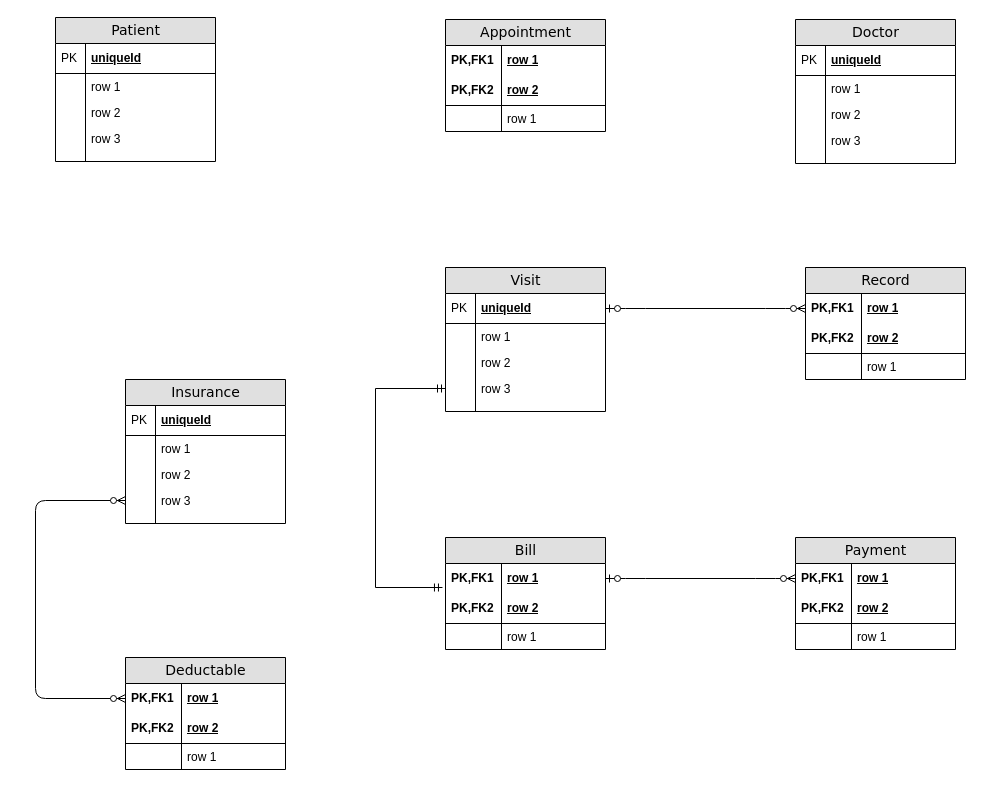
The draw.io diagram Untitled Diagram.drawio in mushyshah/Project-X, before the edit. Source tidied: cells renumbered, new cells numbered last; positions are measured from the earlier drawing's top-left corner, leaving out a move shared by most shapes. Both pictures are drawn from the tidied source at 100%, with x=0, y=0 at pixel (35, 17).
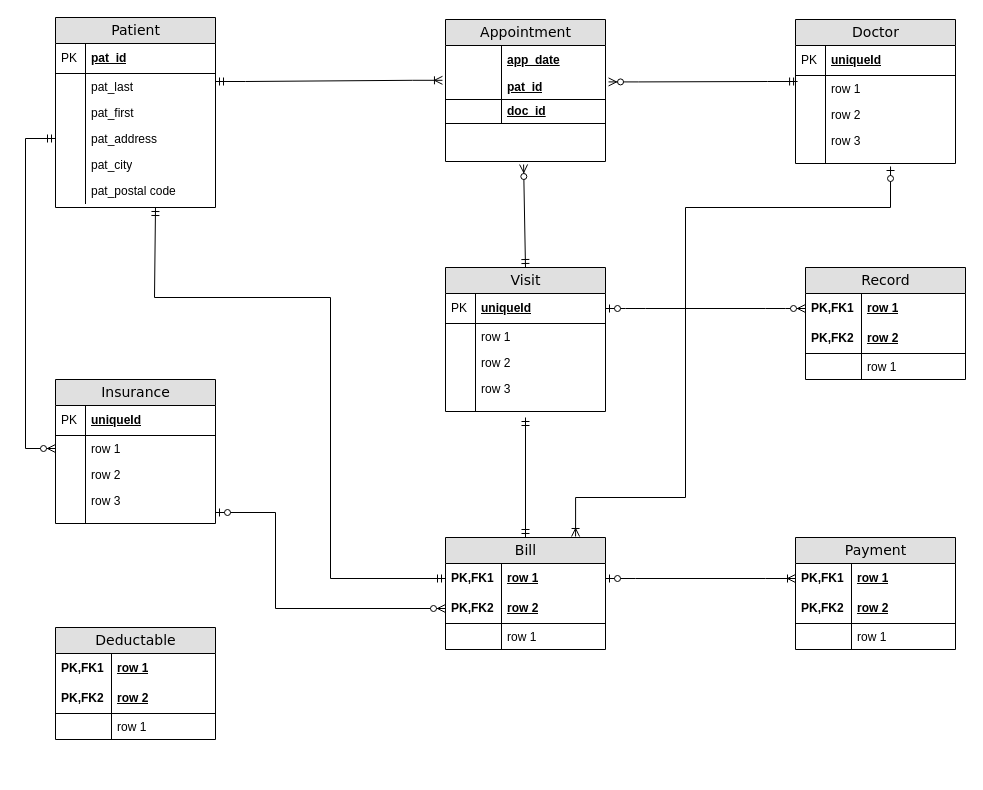
Above is the later version.

The change refers to these unchanged cells:
```xml
<mxCell id="13" value="row 1" style="shape=partialRectangle;top=0;left=0;right=0;bottom=0;html=1;align=left;verticalAlign=top;fillColor=none;spacingLeft=34;spacingRight=4;whiteSpace=wrap;overflow=hidden;points=[[0,0.5],[1,0.5]];portConstraint=eastwest;" parent="10" vertex="1">
  <mxGeometry y="56" width="160" height="26" as="geometry" />
</mxCell>
<mxCell id="19" style="shape=partialRectangle;top=0;left=0;right=0;bottom=0;html=1;align=left;verticalAlign=top;fillColor=none;spacingLeft=34;spacingRight=4;whiteSpace=wrap;overflow=hidden;points=[[0,0.5],[1,0.5]];portConstraint=eastwest;" parent="10" vertex="1">
  <mxGeometry y="134" width="160" height="10" as="geometry" />
</mxCell>
<mxCell id="24" value="row 1" style="shape=partialRectangle;top=0;left=0;right=0;bottom=0;html=1;align=left;verticalAlign=top;fillColor=none;spacingLeft=34;spacingRight=4;whiteSpace=wrap;overflow=hidden;points=[[0,0.5],[1,0.5]];portConstraint=eastwest;" parent="21" vertex="1">
  <mxGeometry y="56" width="160" height="26" as="geometry" />
</mxCell>
<mxCell id="28" value="row 3" style="shape=partialRectangle;top=0;left=0;right=0;bottom=0;html=1;align=left;verticalAlign=top;fillColor=none;spacingLeft=34;spacingRight=4;whiteSpace=wrap;overflow=hidden;points=[[0,0.5],[1,0.5]];portConstraint=eastwest;" parent="21" vertex="1">
  <mxGeometry y="108" width="160" height="26" as="geometry" />
</mxCell>
<mxCell id="32" value="Visit" style="swimlane;html=1;fontStyle=0;horizontal=1;startSize=26;fillColor=#e0e0e0;swimlaneFillColor=#ffffff;align=center;rounded=0;shadow=0;comic=0;labelBackgroundColor=none;strokeWidth=1;fontFamily=Verdana;fontSize=14;" parent="1" vertex="1">
  <mxGeometry x="410" y="250" width="160" height="144" as="geometry" />
</mxCell>
<mxCell id="39" value="row 3" style="shape=partialRectangle;top=0;left=0;right=0;bottom=0;html=1;align=left;verticalAlign=top;fillColor=none;spacingLeft=34;spacingRight=4;whiteSpace=wrap;overflow=hidden;points=[[0,0.5],[1,0.5]];portConstraint=eastwest;" parent="32" vertex="1">
  <mxGeometry y="108" width="160" height="26" as="geometry" />
</mxCell>
<mxCell id="41" style="shape=partialRectangle;top=0;left=0;right=0;bottom=0;html=1;align=left;verticalAlign=top;fillColor=none;spacingLeft=34;spacingRight=4;whiteSpace=wrap;overflow=hidden;points=[[0,0.5],[1,0.5]];portConstraint=eastwest;" parent="32" vertex="1">
  <mxGeometry y="134" width="160" height="10" as="geometry" />
</mxCell>
<mxCell id="51" value="row 1" style="shape=partialRectangle;top=0;left=0;right=0;bottom=0;html=1;align=left;verticalAlign=middle;fillColor=none;spacingLeft=60;spacingRight=4;whiteSpace=wrap;overflow=hidden;points=[[0,0.5],[1,0.5]];portConstraint=eastwest;fontStyle=5;" parent="50" vertex="1">
  <mxGeometry y="26" width="160" height="30" as="geometry" />
</mxCell>
<mxCell id="60" value="row 1" style="shape=partialRectangle;top=0;left=0;right=0;bottom=0;html=1;align=left;verticalAlign=middle;fillColor=none;spacingLeft=60;spacingRight=4;whiteSpace=wrap;overflow=hidden;points=[[0,0.5],[1,0.5]];portConstraint=eastwest;fontStyle=5;" parent="59" vertex="1">
  <mxGeometry y="26" width="160" height="30" as="geometry" />
</mxCell>
<mxCell id="66" value="Bill" style="swimlane;html=1;fontStyle=0;horizontal=1;startSize=26;fillColor=#e0e0e0;swimlaneFillColor=#ffffff;align=center;rounded=0;shadow=0;comic=0;labelBackgroundColor=none;strokeWidth=1;fontFamily=Verdana;fontSize=14;" parent="1" vertex="1">
  <mxGeometry x="410" y="520" width="160" height="112" as="geometry" />
</mxCell>
<mxCell id="67" value="row 1" style="shape=partialRectangle;top=0;left=0;right=0;bottom=0;html=1;align=left;verticalAlign=middle;fillColor=none;spacingLeft=60;spacingRight=4;whiteSpace=wrap;overflow=hidden;points=[[0,0.5],[1,0.5]];portConstraint=eastwest;fontStyle=5;" parent="66" vertex="1">
  <mxGeometry y="26" width="160" height="30" as="geometry" />
</mxCell>
<mxCell id="69" value="row 2" style="shape=partialRectangle;top=0;left=0;right=0;bottom=1;html=1;align=left;verticalAlign=middle;fillColor=none;spacingLeft=60;spacingRight=4;whiteSpace=wrap;overflow=hidden;points=[[0,0.5],[1,0.5]];portConstraint=eastwest;fontStyle=5;" parent="66" vertex="1">
  <mxGeometry y="56" width="160" height="30" as="geometry" />
</mxCell>
```

The edit, as a diff of the source:
```diff
@@
-    <mxCell id="2" style="edgeStyle=orthogonalEdgeStyle;fontSize=12;html=1;endArrow=ERmandOne;startArrow=ERmandOne;rounded=0;entryX=0;entryY=0.5;entryDx=0;entryDy=0;exitX=-0.019;exitY=0.8;exitDx=0;exitDy=0;exitPerimeter=0;" parent="1" edge="1" source="67" target="39">
-      <mxGeometry relative="1" as="geometry">
-        <Array as="points">
-          <mxPoint x="340" y="570" />
-          <mxPoint x="340" y="371" />
-        </Array>
-      </mxGeometry>
-    </mxCell>
     <mxCell id="3" value="Appointment" style="swimlane;html=1;fontStyle=0;horizontal=1;startSize=26;fillColor=#e0e0e0;swimlaneFillColor=#ffffff;align=center;rounded=0;shadow=0;comic=0;labelBackgroundColor=none;strokeWidth=1;fontFamily=Verdana;fontSize=14;" parent="1" vertex="1">
-      <mxGeometry x="410" y="2" width="160" height="112" as="geometry" />
+      <mxGeometry x="410" y="2" width="160" height="142" as="geometry" />
     </mxCell>
-    <mxCell id="4" value="row 1" style="shape=partialRectangle;top=0;left=0;right=0;bottom=0;html=1;align=left;verticalAlign=middle;fillColor=none;spacingLeft=60;spacingRight=4;whiteSpace=wrap;overflow=hidden;fontStyle=5;" parent="3" vertex="1">
+    <mxCell id="4" value="app_date" style="shape=partialRectangle;top=0;left=0;right=0;bottom=0;html=1;align=left;verticalAlign=middle;fillColor=none;spacingLeft=60;spacingRight=4;whiteSpace=wrap;overflow=hidden;fontStyle=5;" parent="3" vertex="1">
       <mxGeometry y="26" width="160" height="30" as="geometry" />
     </mxCell>
-    <mxCell id="5" value="PK,FK1" style="shape=partialRectangle;fontStyle=1;top=0;left=0;bottom=0;html=1;fillColor=none;align=left;verticalAlign=middle;spacingLeft=4;spacingRight=4;whiteSpace=wrap;overflow=hidden;" parent="4" vertex="1">
+    <mxCell id="5" style="shape=partialRectangle;fontStyle=1;top=0;left=0;bottom=0;html=1;fillColor=none;align=left;verticalAlign=middle;spacingLeft=4;spacingRight=4;whiteSpace=wrap;overflow=hidden;" parent="4" vertex="1">
       <mxGeometry width="56" height="30" as="geometry" />
     </mxCell>
-    <mxCell id="6" value="row 2" style="shape=partialRectangle;top=0;left=0;right=0;bottom=1;html=1;align=left;verticalAlign=middle;fillColor=none;spacingLeft=60;spacingRight=4;whiteSpace=wrap;overflow=hidden;points=[[0,0.5],[1,0.5]];portConstraint=eastwest;fontStyle=5;" parent="3" vertex="1">
-      <mxGeometry y="56" width="160" height="30" as="geometry" />
+    <mxCell id="6" value="pat_id" style="shape=partialRectangle;top=0;left=0;right=0;bottom=1;html=1;align=left;verticalAlign=middle;fillColor=none;spacingLeft=60;spacingRight=4;whiteSpace=wrap;overflow=hidden;points=[[0,0.5],[1,0.5]];portConstraint=eastwest;fontStyle=5;" parent="3" vertex="1">
+      <mxGeometry y="56" width="160" height="24" as="geometry" />
     </mxCell>
-    <mxCell id="7" value="PK,FK2" style="shape=partialRectangle;fontStyle=1;top=0;left=0;bottom=0;html=1;fillColor=none;align=left;verticalAlign=middle;spacingLeft=4;spacingRight=4;whiteSpace=wrap;overflow=hidden;" parent="6" vertex="1">
-      <mxGeometry width="56" height="30" as="geometry" />
+    <mxCell id="7" style="shape=partialRectangle;fontStyle=1;top=0;left=0;bottom=0;html=1;fillColor=none;align=left;verticalAlign=middle;spacingLeft=4;spacingRight=4;whiteSpace=wrap;overflow=hidden;" parent="6" vertex="1">
+      <mxGeometry width="56" height="24" as="geometry" />
     </mxCell>
-    <mxCell id="8" value="row 1" style="shape=partialRectangle;top=0;left=0;right=0;bottom=0;html=1;align=left;verticalAlign=top;fillColor=none;spacingLeft=60;spacingRight=4;whiteSpace=wrap;overflow=hidden;" parent="3" vertex="1">
-      <mxGeometry y="86" width="160" height="26" as="geometry" />
-    </mxCell>
-    <mxCell id="9" style="shape=partialRectangle;top=0;left=0;bottom=0;html=1;fillColor=none;align=left;verticalAlign=top;spacingLeft=4;spacingRight=4;whiteSpace=wrap;overflow=hidden;" parent="8" vertex="1">
-      <mxGeometry width="56" height="26" as="geometry" />
-    </mxCell>
+    <mxCell id="85" value="doc_id" style="shape=partialRectangle;top=0;left=0;right=0;bottom=1;html=1;align=left;verticalAlign=middle;fillColor=none;spacingLeft=60;spacingRight=4;whiteSpace=wrap;overflow=hidden;fontStyle=5;" parent="3" vertex="1">
+      <mxGeometry y="80" width="160" height="24" as="geometry" />
+    </mxCell>
+    <mxCell id="86" style="shape=partialRectangle;fontStyle=1;top=0;left=0;bottom=0;html=1;fillColor=none;align=left;verticalAlign=middle;spacingLeft=4;spacingRight=4;whiteSpace=wrap;overflow=hidden;" parent="85" vertex="1">
+      <mxGeometry width="56" height="24" as="geometry" />
+    </mxCell>
@@
     <mxCell id="21" value="Insurance" style="swimlane;html=1;fontStyle=0;horizontal=1;startSize=26;fillColor=#e0e0e0;swimlaneFillColor=#ffffff;align=center;rounded=0;shadow=0;comic=0;labelBackgroundColor=none;strokeWidth=1;fontFamily=Verdana;fontSize=14;" parent="1" vertex="1">
-      <mxGeometry x="90" y="362" width="160" height="144" as="geometry" />
+      <mxGeometry x="20" y="362" width="160" height="144" as="geometry" />
     </mxCell>
@@
     <mxCell id="50" value="Deductable" style="swimlane;html=1;fontStyle=0;horizontal=1;startSize=26;fillColor=#e0e0e0;swimlaneFillColor=#ffffff;align=center;rounded=0;shadow=0;comic=0;labelBackgroundColor=none;strokeWidth=1;fontFamily=Verdana;fontSize=14;" parent="1" vertex="1">
-      <mxGeometry x="90" y="640" width="160" height="112" as="geometry" />
+      <mxGeometry x="20" y="610" width="160" height="112" as="geometry" />
     </mxCell>
@@
-    <mxCell id="57" style="edgeStyle=orthogonalEdgeStyle;html=1;endArrow=ERzeroToMany;endFill=1;startArrow=ERzeroToMany;labelBackgroundColor=none;fontFamily=Verdana;fontSize=14;entryX=0;entryY=0.5;exitX=0;exitY=0.5;" parent="1" edge="1" source="51" target="28">
-      <mxGeometry relative="1" as="geometry">
-        <Array as="points">
-          <mxPoint y="681" />
-          <mxPoint y="483" />
-        </Array>
-      </mxGeometry>
-    </mxCell>
@@
-    <mxCell id="73" style="edgeStyle=entityRelationEdgeStyle;html=1;endArrow=ERzeroToMany;startArrow=ERzeroToOne;labelBackgroundColor=none;fontFamily=Verdana;fontSize=14;entryX=0;entryY=0.5;exitX=1;exitY=0.5;exitDx=0;exitDy=0;" parent="1" edge="1" source="67" target="60">
-      <mxGeometry relative="1" as="geometry" />
-    </mxCell>
     <mxCell id="74" value="Patient" style="swimlane;html=1;fontStyle=0;horizontal=1;startSize=26;fillColor=#e0e0e0;swimlaneFillColor=#ffffff;align=center;rounded=0;shadow=0;comic=0;labelBackgroundColor=none;strokeWidth=1;fontFamily=Verdana;fontSize=14;" parent="1" vertex="1">
-      <mxGeometry x="20" width="160" height="144" as="geometry" />
+      <mxGeometry x="20" width="160" height="190" as="geometry" />
     </mxCell>
-    <mxCell id="75" value="uniqueId" style="shape=partialRectangle;top=0;left=0;right=0;bottom=1;html=1;align=left;verticalAlign=middle;fillColor=none;spacingLeft=34;spacingRight=4;whiteSpace=wrap;overflow=hidden;fontStyle=5;" parent="74" vertex="1">
+    <mxCell id="75" value="pat_id" style="shape=partialRectangle;top=0;left=0;right=0;bottom=1;html=1;align=left;verticalAlign=middle;fillColor=none;spacingLeft=34;spacingRight=4;whiteSpace=wrap;overflow=hidden;fontStyle=5;" parent="74" vertex="1">
       <mxGeometry y="26" width="160" height="30" as="geometry" />
     </mxCell>
@@
-    <mxCell id="77" value="row 1" style="shape=partialRectangle;top=0;left=0;right=0;bottom=0;html=1;align=left;verticalAlign=top;fillColor=none;spacingLeft=34;spacingRight=4;whiteSpace=wrap;overflow=hidden;" parent="74" vertex="1">
+    <mxCell id="77" value="pat_last" style="shape=partialRectangle;top=0;left=0;right=0;bottom=0;html=1;align=left;verticalAlign=top;fillColor=none;spacingLeft=34;spacingRight=4;whiteSpace=wrap;overflow=hidden;" parent="74" vertex="1">
       <mxGeometry y="56" width="160" height="26" as="geometry" />
     </mxCell>
@@
-    <mxCell id="79" value="row 2" style="shape=partialRectangle;top=0;left=0;right=0;bottom=0;html=1;align=left;verticalAlign=top;fillColor=none;spacingLeft=34;spacingRight=4;whiteSpace=wrap;overflow=hidden;" parent="74" vertex="1">
+    <mxCell id="79" value="pat_first" style="shape=partialRectangle;top=0;left=0;right=0;bottom=0;html=1;align=left;verticalAlign=top;fillColor=none;spacingLeft=34;spacingRight=4;whiteSpace=wrap;overflow=hidden;" parent="74" vertex="1">
       <mxGeometry y="82" width="160" height="26" as="geometry" />
     </mxCell>
@@
-    <mxCell id="81" value="row 3" style="shape=partialRectangle;top=0;left=0;right=0;bottom=0;html=1;align=left;verticalAlign=top;fillColor=none;spacingLeft=34;spacingRight=4;whiteSpace=wrap;overflow=hidden;points=[[0,0.5],[1,0.5]];portConstraint=eastwest;" parent="74" vertex="1">
+    <mxCell id="81" value="pat_address" style="shape=partialRectangle;top=0;left=0;right=0;bottom=0;html=1;align=left;verticalAlign=top;fillColor=none;spacingLeft=34;spacingRight=4;whiteSpace=wrap;overflow=hidden;points=[[0,0.5],[1,0.5]];portConstraint=eastwest;" parent="74" vertex="1">
       <mxGeometry y="108" width="160" height="26" as="geometry" />
     </mxCell>
@@
-    <mxCell id="83" style="shape=partialRectangle;top=0;left=0;right=0;bottom=0;html=1;align=left;verticalAlign=top;fillColor=none;spacingLeft=34;spacingRight=4;whiteSpace=wrap;overflow=hidden;" parent="74" vertex="1">
-      <mxGeometry y="134" width="160" height="10" as="geometry" />
+    <mxCell id="83" value="pat_city" style="shape=partialRectangle;top=0;left=0;right=0;bottom=0;html=1;align=left;verticalAlign=top;fillColor=none;spacingLeft=34;spacingRight=4;whiteSpace=wrap;overflow=hidden;" parent="74" vertex="1">
+      <mxGeometry y="134" width="160" height="26" as="geometry" />
     </mxCell>
     <mxCell id="84" style="shape=partialRectangle;top=0;left=0;bottom=0;html=1;fillColor=none;align=left;verticalAlign=top;spacingLeft=4;spacingRight=4;whiteSpace=wrap;overflow=hidden;" parent="83" vertex="1">
-      <mxGeometry width="30" height="10" as="geometry" />
+      <mxGeometry width="30" height="26" as="geometry" />
     </mxCell>
+    <mxCell id="87" value="pat_postal code" style="shape=partialRectangle;top=0;left=0;right=0;bottom=0;html=1;align=left;verticalAlign=top;fillColor=none;spacingLeft=34;spacingRight=4;whiteSpace=wrap;overflow=hidden;points=[[0,0.5],[1,0.5]];portConstraint=eastwest;" parent="74" vertex="1">
+      <mxGeometry y="160" width="160" height="26" as="geometry" />
+    </mxCell>
+    <mxCell id="88" style="shape=partialRectangle;top=0;left=0;bottom=0;html=1;fillColor=none;align=left;verticalAlign=top;spacingLeft=4;spacingRight=4;whiteSpace=wrap;overflow=hidden;" parent="87" vertex="1">
+      <mxGeometry width="30" height="26" as="geometry" />
+    </mxCell>
+    <mxCell id="89" style="fontSize=12;html=1;endArrow=ERzeroToMany;startArrow=ERmandOne;rounded=0;entryX=0;entryY=0.5;entryDx=0;entryDy=0;edgeStyle=orthogonalEdgeStyle;exitX=0;exitY=0.5;exitDx=0;exitDy=0;" parent="1" edge="1" source="81" target="24">
+      <mxGeometry relative="1" as="geometry">
+        <Array as="points">
+          <mxPoint x="-10" y="121" />
+          <mxPoint x="-10" y="431" />
+        </Array>
+      </mxGeometry>
+    </mxCell>
+    <mxCell id="90" style="fontSize=12;html=1;endArrow=ERmandOne;startArrow=ERmandOne;rounded=0;exitX=0.5;exitY=0;exitDx=0;exitDy=0;entryX=0.5;entryY=1.6;entryDx=0;entryDy=0;entryPerimeter=0;" parent="1" edge="1" source="66" target="41">
+      <mxGeometry relative="1" as="geometry" />
+    </mxCell>
+    <mxCell id="91" style="fontSize=12;html=1;endArrow=ERmandOne;startArrow=ERmandOne;rounded=0;exitX=0;exitY=0.5;exitDx=0;exitDy=0;edgeStyle=orthogonalEdgeStyle;entryX=0.625;entryY=1.154;entryDx=0;entryDy=0;entryPerimeter=0;" parent="1" edge="1" source="67" target="87">
+      <mxGeometry relative="1" as="geometry">
+        <Array as="points">
+          <mxPoint x="295" y="561" />
+          <mxPoint x="295" y="280" />
+          <mxPoint x="119" y="280" />
+        </Array>
+      </mxGeometry>
+    </mxCell>
+    <mxCell id="73" style="edgeStyle=entityRelationEdgeStyle;fontSize=12;html=1;endArrow=ERoneToMany;startArrow=ERzeroToOne;rounded=0;entryX=0;entryY=0.5;entryDx=0;entryDy=0;exitX=1;exitY=0.5;exitDx=0;exitDy=0;" parent="1" edge="1" source="67" target="60">
+      <mxGeometry relative="1" as="geometry" />
+    </mxCell>
+    <mxCell id="92" style="edgeStyle=entityRelationEdgeStyle;fontSize=12;html=1;endArrow=ERoneToMany;startArrow=ERmandOne;rounded=0;entryX=-0.019;entryY=0.2;entryDx=0;entryDy=0;entryPerimeter=0;" parent="1" edge="1" target="6">
+      <mxGeometry relative="1" as="geometry">
+        <mxPoint x="180" y="64" as="sourcePoint" />
+      </mxGeometry>
+    </mxCell>
+    <mxCell id="93" style="edgeStyle=entityRelationEdgeStyle;fontSize=12;html=1;endArrow=ERzeroToMany;startArrow=ERmandOne;rounded=0;entryX=1.019;entryY=0.267;entryDx=0;entryDy=0;entryPerimeter=0;exitX=0.013;exitY=0.231;exitDx=0;exitDy=0;exitPerimeter=0;" parent="1" edge="1" source="13" target="6">
+      <mxGeometry relative="1" as="geometry" />
+    </mxCell>
+    <mxCell id="94" style="fontSize=12;html=1;endArrow=ERzeroToMany;startArrow=ERmandOne;rounded=0;entryX=0.488;entryY=1.115;entryDx=0;entryDy=0;entryPerimeter=0;exitX=0.5;exitY=0;exitDx=0;exitDy=0;" parent="1" edge="1" source="32">
+      <mxGeometry relative="1" as="geometry">
+        <mxPoint x="488.1" y="147" as="targetPoint" />
+      </mxGeometry>
+    </mxCell>
+    <mxCell id="95" style="edgeStyle=orthogonalEdgeStyle;fontSize=12;html=1;endArrow=ERzeroToMany;startArrow=ERzeroToOne;rounded=0;entryX=0;entryY=0.5;entryDx=0;entryDy=0;" parent="1" edge="1" target="69">
+      <mxGeometry relative="1" as="geometry">
+        <mxPoint x="180" y="495" as="sourcePoint" />
+        <Array as="points">
+          <mxPoint x="240" y="495" />
+          <mxPoint x="240" y="591" />
+        </Array>
+      </mxGeometry>
+    </mxCell>
+    <mxCell id="96" style="edgeStyle=orthogonalEdgeStyle;fontSize=12;html=1;endArrow=ERoneToMany;startArrow=ERzeroToOne;rounded=0;exitX=0.594;exitY=1.3;exitDx=0;exitDy=0;exitPerimeter=0;entryX=0.813;entryY=-0.009;entryDx=0;entryDy=0;entryPerimeter=0;" parent="1" edge="1" source="19" target="66">
+      <mxGeometry relative="1" as="geometry">
+        <Array as="points">
+          <mxPoint x="855" y="190" />
+          <mxPoint x="650" y="190" />
+          <mxPoint x="650" y="480" />
+          <mxPoint x="540" y="480" />
+        </Array>
+      </mxGeometry>
+    </mxCell>
```
